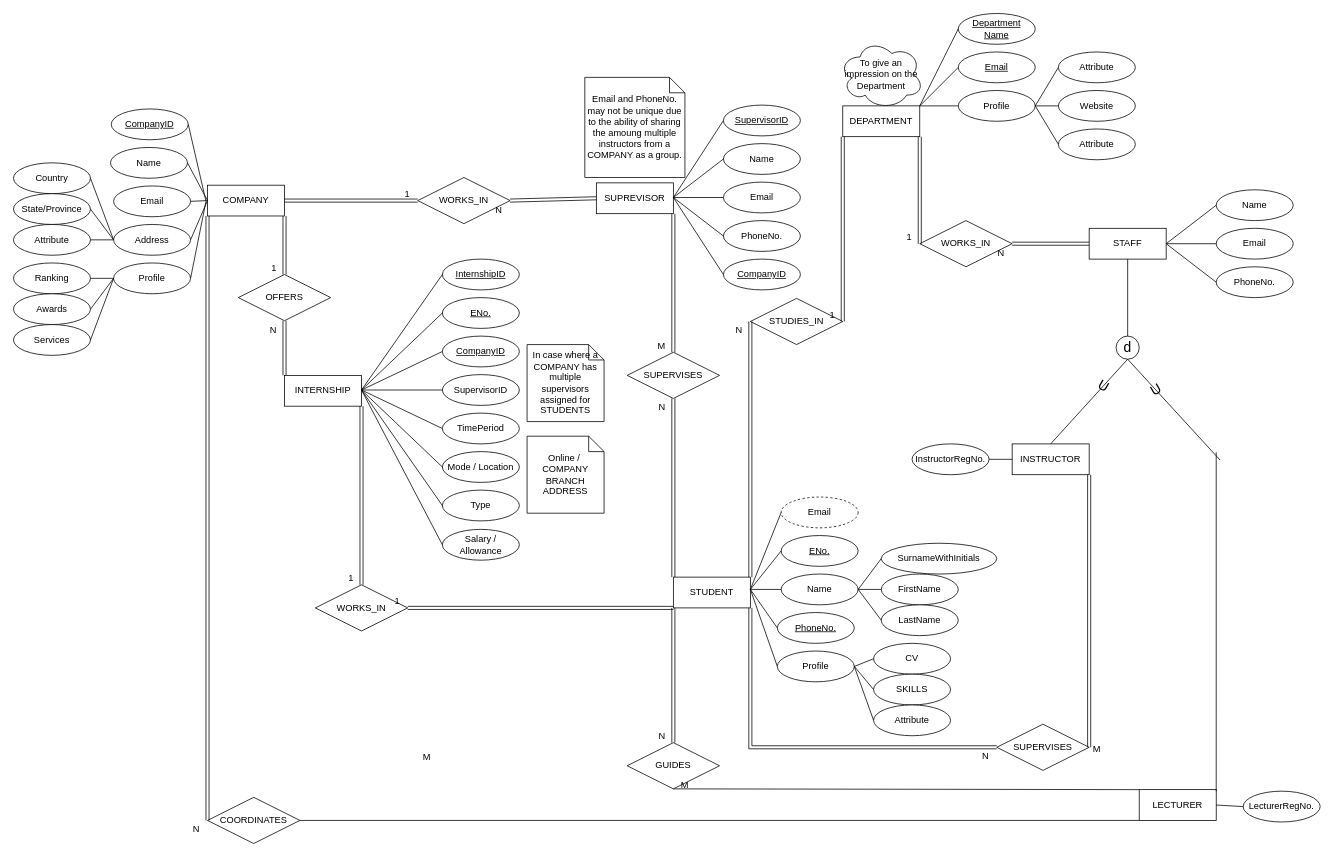
This is ER Diagram/ER_DIAGRAM2.drawio from ishanfdo18098/CO226-Database-Project, a draw.io file, before an edit. Source tidied: cells renumbered, new cells numbered last; positions are measured from the earlier drawing's top-left corner, leaving out a move shared by most shapes. Both pictures are drawn from the tidied source at 77%, with x=0, y=0 at pixel (13, 13).
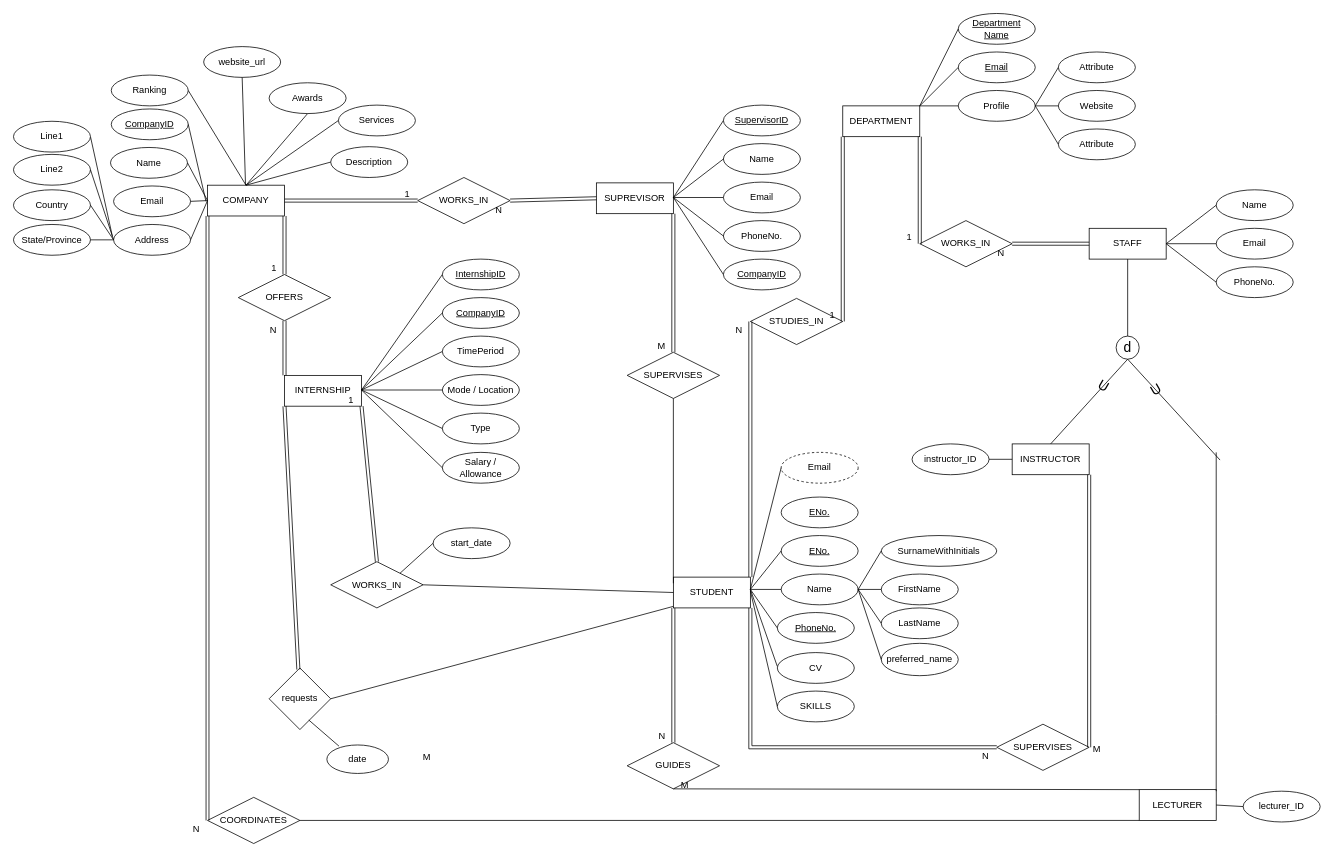
The same diagram, later.

The change refers to these unchanged cells:
```xml
<mxCell id="6" value="COMPANY" style="whiteSpace=wrap;html=1;align=center;" parent="1" vertex="1">
  <mxGeometry x="252" y="223" width="100" height="40" as="geometry" />
</mxCell>
<mxCell id="7" value="STUDENT" style="whiteSpace=wrap;html=1;align=center;" parent="1" vertex="1">
  <mxGeometry x="857" y="732" width="100" height="40" as="geometry" />
</mxCell>
<mxCell id="11" value="INTERNSHIP" style="whiteSpace=wrap;html=1;align=center;" parent="1" vertex="1">
  <mxGeometry x="352" y="470" width="100" height="40" as="geometry" />
</mxCell>
<mxCell id="29" value="SUPERVISES" style="shape=rhombus;perimeter=rhombusPerimeter;whiteSpace=wrap;html=1;align=center;" parent="1" vertex="1">
  <mxGeometry x="797" y="440" width="120" height="60" as="geometry" />
</mxCell>
<mxCell id="55" value="COORDINATES" style="shape=rhombus;perimeter=rhombusPerimeter;whiteSpace=wrap;html=1;align=center;" parent="1" vertex="1">
  <mxGeometry x="252" y="1018" width="120" height="60" as="geometry" />
</mxCell>
<mxCell id="91" value="Name" style="ellipse;whiteSpace=wrap;html=1;align=center;" parent="1" vertex="1">
  <mxGeometry x="997" y="728" width="100" height="40" as="geometry" />
</mxCell>
<mxCell id="125" value="Address" style="ellipse;whiteSpace=wrap;html=1;align=center;" parent="1" vertex="1">
  <mxGeometry x="130" y="274" width="100" height="40" as="geometry" />
</mxCell>
```

Change to the diagram source:
```diff
@@
-    <mxCell id="2" value="Email and PhoneNo. may not be unique due to the ability of sharing the amoung multiple instructors from a COMPANY as a group." style="shape=note;size=20;whiteSpace=wrap;html=1;" parent="1" vertex="1">
-      <mxGeometry x="742" y="83" width="130" height="130" as="geometry" />
-    </mxCell>
-    <mxCell id="3" value="To give an impression on the Department" style="ellipse;shape=cloud;whiteSpace=wrap;html=1;align=center;" parent="1" vertex="1">
-      <mxGeometry x="1072" y="34" width="110" height="90" as="geometry" />
-    </mxCell>
@@
-    <mxCell id="12" value="In case where a COMPANY has multiple supervisors assigned for STUDENTS" style="shape=note;size=20;whiteSpace=wrap;html=1;" parent="1" vertex="1">
-      <mxGeometry x="667" y="430" width="100" height="100" as="geometry" />
-    </mxCell>
-    <mxCell id="13" value="Online /&amp;nbsp; COMPANY BRANCH ADDRESS" style="shape=note;size=20;whiteSpace=wrap;html=1;" parent="1" vertex="1">
-      <mxGeometry x="667" y="549" width="100" height="100" as="geometry" />
-    </mxCell>
@@
     <mxCell id="24" value="WORKS_IN" style="shape=rhombus;perimeter=rhombusPerimeter;whiteSpace=wrap;html=1;align=center;" parent="1" vertex="1">
-      <mxGeometry x="392" y="742" width="120" height="60" as="geometry" />
+      <mxGeometry x="412" y="712" width="120" height="60" as="geometry" />
     </mxCell>
-    <mxCell id="25" style="shape=link;html=1;rounded=0;exitX=0;exitY=1;exitDx=0;exitDy=0;entryX=1;entryY=0.5;entryDx=0;entryDy=0;" parent="1" edge="1" source="7" target="24">
-      <mxGeometry relative="1" as="geometry" />
-    </mxCell>
-    <mxCell id="26" value="1" style="html=1;align=right;verticalAlign=bottom;" parent="25" vertex="1">
-      <mxGeometry x="1" relative="1" as="geometry">
-        <mxPoint x="-10" as="offset" />
-      </mxGeometry>
-    </mxCell>
-    <mxCell id="27" style="shape=link;html=1;rounded=0;exitX=1;exitY=1;exitDx=0;exitDy=0;entryX=0.5;entryY=0;entryDx=0;entryDy=0;" parent="1" edge="1" source="11" target="24">
+    <mxCell id="27" style="shape=link;html=1;rounded=0;exitX=0.5;exitY=0;exitDx=0;exitDy=0;entryX=1;entryY=1;entryDx=0;entryDy=0;" parent="1" edge="1" source="24" target="11">
       <mxGeometry relative="1" as="geometry" />
     </mxCell>
@@
-    <mxCell id="30" style="shape=link;html=1;rounded=0;entryX=0.5;entryY=1;entryDx=0;entryDy=0;exitX=0;exitY=0;exitDx=0;exitDy=0;" parent="1" edge="1" source="7" target="29">
-      <mxGeometry relative="1" as="geometry" />
-    </mxCell>
-    <mxCell id="31" value="N" style="html=1;align=right;verticalAlign=bottom;" parent="30" vertex="1">
-      <mxGeometry x="1" relative="1" as="geometry">
-        <mxPoint x="-10" y="20" as="offset" />
-      </mxGeometry>
-    </mxCell>
@@
-    <mxCell id="56" style="shape=link;html=1;rounded=0;entryX=0;entryY=0.5;entryDx=0;entryDy=0;exitX=0;exitY=1;exitDx=0;exitDy=0;" parent="1" edge="1" source="6" target="55">
+    <mxCell id="56" style="shape=link;html=1;rounded=0;entryX=0;entryY=0.5;entryDx=0;entryDy=0;exitX=0;exitY=1;exitDx=0;exitDy=0;width=3.793103448275863;" parent="1" edge="1" source="6" target="55">
       <mxGeometry relative="1" as="geometry" />
     </mxCell>
@@
-    <mxCell id="75" value="ENo." style="ellipse;whiteSpace=wrap;html=1;align=center;fontStyle=4;" parent="1" vertex="1">
-      <mxGeometry x="557" y="369" width="100" height="40" as="geometry" />
-    </mxCell>
     <mxCell id="76" value="&lt;u&gt;CompanyID&lt;/u&gt;" style="ellipse;whiteSpace=wrap;html=1;align=center;" parent="1" vertex="1">
-      <mxGeometry x="557" y="419" width="100" height="40" as="geometry" />
+      <mxGeometry x="557" y="369" width="100" height="40" as="geometry" />
     </mxCell>
-    <mxCell id="77" value="SupervisorID" style="ellipse;whiteSpace=wrap;html=1;align=center;" parent="1" vertex="1">
-      <mxGeometry x="557" y="469" width="100" height="40" as="geometry" />
-    </mxCell>
     <mxCell id="78" value="TimePeriod" style="ellipse;whiteSpace=wrap;html=1;align=center;" parent="1" vertex="1">
-      <mxGeometry x="557" y="519" width="100" height="40" as="geometry" />
+      <mxGeometry x="557" y="419" width="100" height="40" as="geometry" />
     </mxCell>
     <mxCell id="79" value="Mode / Location" style="ellipse;whiteSpace=wrap;html=1;align=center;" parent="1" vertex="1">
-      <mxGeometry x="557" y="569" width="100" height="40" as="geometry" />
+      <mxGeometry x="557" y="469" width="100" height="40" as="geometry" />
     </mxCell>
@@
     <mxCell id="81" value="Type" style="ellipse;whiteSpace=wrap;html=1;align=center;" parent="1" vertex="1">
-      <mxGeometry x="557" y="619" width="100" height="40" as="geometry" />
+      <mxGeometry x="557" y="519" width="100" height="40" as="geometry" />
     </mxCell>
     <mxCell id="82" value="Salary / Allowance" style="ellipse;whiteSpace=wrap;html=1;align=center;" parent="1" vertex="1">
-      <mxGeometry x="557" y="670" width="100" height="40" as="geometry" />
+      <mxGeometry x="557" y="570" width="100" height="40" as="geometry" />
     </mxCell>
@@
-    <mxCell id="86" style="endArrow=none;html=1;rounded=0;entryX=0;entryY=0.5;entryDx=0;entryDy=0;exitX=1;exitY=0.5;exitDx=0;exitDy=0;" parent="1" edge="1" target="75">
-      <mxGeometry relative="1" as="geometry">
-        <mxPoint x="452" y="489" as="sourcePoint" />
-      </mxGeometry>
-    </mxCell>
@@
-    <mxCell id="88" style="endArrow=none;html=1;rounded=0;entryX=0;entryY=0.5;entryDx=0;entryDy=0;exitX=1;exitY=0.5;exitDx=0;exitDy=0;" parent="1" edge="1" target="77">
-      <mxGeometry relative="1" as="geometry">
-        <mxPoint x="452" y="489" as="sourcePoint" />
-      </mxGeometry>
-    </mxCell>
@@
     <mxCell id="93" value="SurnameWithInitials" style="ellipse;whiteSpace=wrap;html=1;align=center;" parent="1" vertex="1">
-      <mxGeometry x="1127" y="688" width="150" height="40" as="geometry" />
+      <mxGeometry x="1127" y="678" width="150" height="40" as="geometry" />
     </mxCell>
@@
     <mxCell id="95" value="LastName" style="ellipse;whiteSpace=wrap;html=1;align=center;" parent="1" vertex="1">
-      <mxGeometry x="1127" y="768" width="100" height="40" as="geometry" />
+      <mxGeometry x="1127" y="772" width="100" height="40" as="geometry" />
     </mxCell>
@@
     <mxCell id="101" value="Email" style="ellipse;whiteSpace=wrap;html=1;align=center;dashed=1;" parent="1" vertex="1">
-      <mxGeometry x="997" y="628" width="100" height="40" as="geometry" />
+      <mxGeometry x="997" y="570" width="100" height="40" as="geometry" />
     </mxCell>
-    <mxCell id="102" style="endArrow=none;html=1;rounded=0;entryX=1;entryY=0.5;entryDx=0;entryDy=0;exitX=0;exitY=0.5;exitDx=0;exitDy=0;" parent="1" edge="1" source="106">
+    <mxCell id="102" style="endArrow=none;html=1;rounded=0;entryX=1;entryY=0.5;entryDx=0;entryDy=0;exitX=0;exitY=0.5;exitDx=0;exitDy=0;" parent="1" edge="1">
       <mxGeometry relative="1" as="geometry">
+        <mxPoint x="992" y="848" as="sourcePoint" />
         <mxPoint x="957" y="748" as="targetPoint" />
       </mxGeometry>
     </mxCell>
@@
-    <mxCell id="106" value="Profile" style="ellipse;whiteSpace=wrap;html=1;align=center;" parent="1" vertex="1">
-      <mxGeometry x="992" y="828" width="100" height="40" as="geometry" />
-    </mxCell>
     <mxCell id="107" value="CV" style="ellipse;whiteSpace=wrap;html=1;align=center;" parent="1" vertex="1">
-      <mxGeometry x="1117" y="818" width="100" height="40" as="geometry" />
+      <mxGeometry x="992" y="830" width="100" height="40" as="geometry" />
     </mxCell>
     <mxCell id="108" value="SKILLS" style="ellipse;whiteSpace=wrap;html=1;align=center;" parent="1" vertex="1">
-      <mxGeometry x="1117" y="858" width="100" height="40" as="geometry" />
+      <mxGeometry x="992" y="880" width="100" height="40" as="geometry" />
     </mxCell>
-    <mxCell id="109" value="Attribute" style="ellipse;whiteSpace=wrap;html=1;align=center;" parent="1" vertex="1">
-      <mxGeometry x="1117" y="898" width="100" height="40" as="geometry" />
-    </mxCell>
-    <mxCell id="110" style="endArrow=none;html=1;rounded=0;entryX=1;entryY=0.5;entryDx=0;entryDy=0;exitX=0;exitY=0.5;exitDx=0;exitDy=0;" parent="1" edge="1" source="109" target="106">
-      <mxGeometry relative="1" as="geometry" />
-    </mxCell>
-    <mxCell id="111" style="endArrow=none;html=1;rounded=0;entryX=1;entryY=0.5;entryDx=0;entryDy=0;exitX=0;exitY=0.5;exitDx=0;exitDy=0;" parent="1" edge="1" source="108" target="106">
-      <mxGeometry relative="1" as="geometry" />
-    </mxCell>
-    <mxCell id="112" style="endArrow=none;html=1;rounded=0;entryX=1;entryY=0.5;entryDx=0;entryDy=0;exitX=0;exitY=0.5;exitDx=0;exitDy=0;" parent="1" edge="1" source="107" target="106">
-      <mxGeometry relative="1" as="geometry" />
-    </mxCell>
@@
-    <mxCell id="114" style="endArrow=none;html=1;rounded=0;entryX=1;entryY=0.5;entryDx=0;entryDy=0;exitX=1;exitY=0.5;exitDx=0;exitDy=0;" parent="1" edge="1" source="115">
-      <mxGeometry relative="1" as="geometry">
-        <mxPoint x="250" y="244" as="targetPoint" />
-      </mxGeometry>
-    </mxCell>
-    <mxCell id="115" value="Profile" style="ellipse;whiteSpace=wrap;html=1;align=center;" parent="1" vertex="1">
-      <mxGeometry x="130" y="324" width="100" height="40" as="geometry" />
-    </mxCell>
     <mxCell id="116" value="Ranking" style="ellipse;whiteSpace=wrap;html=1;align=center;" parent="1" vertex="1">
-      <mxGeometry y="324" width="100" height="40" as="geometry" />
+      <mxGeometry x="127" y="80" width="100" height="40" as="geometry" />
     </mxCell>
     <mxCell id="117" value="Awards" style="ellipse;whiteSpace=wrap;html=1;align=center;" parent="1" vertex="1">
-      <mxGeometry y="364" width="100" height="40" as="geometry" />
+      <mxGeometry x="332" y="90" width="100" height="40" as="geometry" />
     </mxCell>
     <mxCell id="118" value="Services" style="ellipse;whiteSpace=wrap;html=1;align=center;" parent="1" vertex="1">
-      <mxGeometry y="404" width="100" height="40" as="geometry" />
+      <mxGeometry x="422" y="119" width="100" height="40" as="geometry" />
     </mxCell>
-    <mxCell id="119" style="endArrow=none;html=1;rounded=0;entryX=0;entryY=0.5;entryDx=0;entryDy=0;exitX=1;exitY=0.5;exitDx=0;exitDy=0;" parent="1" edge="1" source="118" target="115">
+    <mxCell id="119" style="endArrow=none;html=1;rounded=0;entryX=0.5;entryY=0;entryDx=0;entryDy=0;exitX=0;exitY=0.5;exitDx=0;exitDy=0;" parent="1" edge="1" source="118" target="6">
       <mxGeometry relative="1" as="geometry" />
     </mxCell>
-    <mxCell id="120" style="endArrow=none;html=1;rounded=0;entryX=0;entryY=0.5;entryDx=0;entryDy=0;exitX=1;exitY=0.5;exitDx=0;exitDy=0;" parent="1" edge="1" source="117" target="115">
+    <mxCell id="120" style="endArrow=none;html=1;rounded=0;entryX=0.5;entryY=0;entryDx=0;entryDy=0;exitX=0.5;exitY=1;exitDx=0;exitDy=0;" parent="1" edge="1" source="117" target="6">
       <mxGeometry relative="1" as="geometry" />
     </mxCell>
-    <mxCell id="121" style="endArrow=none;html=1;rounded=0;entryX=0;entryY=0.5;entryDx=0;entryDy=0;exitX=1;exitY=0.5;exitDx=0;exitDy=0;" parent="1" edge="1" source="116" target="115">
+    <mxCell id="121" style="endArrow=none;html=1;rounded=0;entryX=0.5;entryY=0;entryDx=0;entryDy=0;exitX=1;exitY=0.5;exitDx=0;exitDy=0;" parent="1" edge="1" source="116" target="6">
       <mxGeometry relative="1" as="geometry" />
     </mxCell>
@@
     <mxCell id="126" value="Country" style="ellipse;whiteSpace=wrap;html=1;align=center;" parent="1" vertex="1">
-      <mxGeometry y="194" width="100" height="40" as="geometry" />
+      <mxGeometry y="229" width="100" height="40" as="geometry" />
     </mxCell>
     <mxCell id="127" value="State/Province" style="ellipse;whiteSpace=wrap;html=1;align=center;" parent="1" vertex="1">
-      <mxGeometry y="234" width="100" height="40" as="geometry" />
+      <mxGeometry y="274" width="100" height="40" as="geometry" />
     </mxCell>
-    <mxCell id="128" value="Attribute" style="ellipse;whiteSpace=wrap;html=1;align=center;" parent="1" vertex="1">
-      <mxGeometry y="274" width="100" height="40" as="geometry" />
-    </mxCell>
-    <mxCell id="129" style="endArrow=none;html=1;rounded=0;exitX=1;exitY=0.5;exitDx=0;exitDy=0;entryX=0;entryY=0.5;entryDx=0;entryDy=0;" parent="1" edge="1" source="128" target="125">
-      <mxGeometry relative="1" as="geometry" />
-    </mxCell>
@@
-    <mxCell id="151" value="InstructorRegNo." style="ellipse;whiteSpace=wrap;html=1;align=center;" parent="1" vertex="1">
+    <mxCell id="151" value="instructor_ID" style="ellipse;whiteSpace=wrap;html=1;align=center;" parent="1" vertex="1">
       <mxGeometry x="1167" y="559" width="100" height="40" as="geometry" />
     </mxCell>
-    <mxCell id="152" value="LecturerRegNo." style="ellipse;whiteSpace=wrap;html=1;align=center;" parent="1" vertex="1">
+    <mxCell id="152" value="lecturer_ID" style="ellipse;whiteSpace=wrap;html=1;align=center;" parent="1" vertex="1">
       <mxGeometry x="1597" y="1010" width="100" height="40" as="geometry" />
     </mxCell>
@@
+    <mxCell id="158" value="requests" style="rhombus;whiteSpace=wrap;html=1;" parent="1" vertex="1">
+      <mxGeometry x="332" y="850" width="80" height="80" as="geometry" />
+    </mxCell>
+    <mxCell id="159" style="endArrow=none;html=1;rounded=0;shape=link;entryX=0;entryY=1;entryDx=0;entryDy=0;" parent="1" edge="1" source="158" target="11">
+      <mxGeometry relative="1" as="geometry" />
+    </mxCell>
+    <mxCell id="160" value="date" style="ellipse;whiteSpace=wrap;html=1;" parent="1" vertex="1">
+      <mxGeometry x="407" y="950" width="80" height="37" as="geometry" />
+    </mxCell>
+    <mxCell id="161" style="endArrow=none;html=1;rounded=0;exitX=0.645;exitY=0.846;exitDx=0;exitDy=0;exitPerimeter=0;entryX=0.196;entryY=0.04;entryDx=0;entryDy=0;entryPerimeter=0;" parent="1" edge="1" source="158" target="160">
+      <mxGeometry relative="1" as="geometry" />
+    </mxCell>
+    <mxCell id="162" style="endArrow=none;html=1;rounded=0;exitX=1;exitY=0.5;exitDx=0;exitDy=0;entryX=-0.016;entryY=0.377;entryDx=0;entryDy=0;entryPerimeter=0;" parent="1" edge="1" source="163" target="125">
+      <mxGeometry relative="1" as="geometry" />
+    </mxCell>
+    <mxCell id="163" value="Line1" style="ellipse;whiteSpace=wrap;html=1;align=center;" parent="1" vertex="1">
+      <mxGeometry y="140" width="100" height="40" as="geometry" />
+    </mxCell>
+    <mxCell id="164" value="Line2" style="ellipse;whiteSpace=wrap;html=1;align=center;" parent="1" vertex="1">
+      <mxGeometry y="183" width="100" height="40" as="geometry" />
+    </mxCell>
+    <mxCell id="165" style="endArrow=none;html=1;rounded=0;exitX=1;exitY=0.5;exitDx=0;exitDy=0;entryX=0;entryY=0.5;entryDx=0;entryDy=0;" parent="1" edge="1" source="164" target="125">
+      <mxGeometry relative="1" as="geometry" />
+    </mxCell>
+    <mxCell id="166" value="Description" style="ellipse;whiteSpace=wrap;html=1;align=center;" parent="1" vertex="1">
+      <mxGeometry x="412" y="173" width="100" height="40" as="geometry" />
+    </mxCell>
+    <mxCell id="167" style="endArrow=none;html=1;rounded=0;entryX=0.5;entryY=0;entryDx=0;entryDy=0;exitX=0;exitY=0.5;exitDx=0;exitDy=0;" parent="1" edge="1" source="166" target="6">
+      <mxGeometry relative="1" as="geometry" />
+    </mxCell>
+    <mxCell id="168" value="website_url" style="ellipse;whiteSpace=wrap;html=1;align=center;" parent="1" vertex="1">
+      <mxGeometry x="247" y="43" width="100" height="40" as="geometry" />
+    </mxCell>
+    <mxCell id="169" style="endArrow=none;html=1;rounded=0;exitX=0.5;exitY=1;exitDx=0;exitDy=0;" parent="1" edge="1" source="168" target="6">
+      <mxGeometry relative="1" as="geometry" />
+    </mxCell>
+    <mxCell id="170" style="endArrow=none;html=1;rounded=0;exitX=1;exitY=0.5;exitDx=0;exitDy=0;entryX=0;entryY=0.5;entryDx=0;entryDy=0;" parent="1" edge="1" source="24" target="7">
+      <mxGeometry relative="1" as="geometry" />
+    </mxCell>
+    <mxCell id="171" style="endArrow=none;html=1;rounded=0;exitX=0;exitY=0.5;exitDx=0;exitDy=0;" parent="1" edge="1" source="108">
+      <mxGeometry relative="1" as="geometry">
+        <mxPoint x="957" y="750" as="targetPoint" />
+      </mxGeometry>
+    </mxCell>
+    <mxCell id="172" value="preferred_name" style="ellipse;whiteSpace=wrap;html=1;align=center;" parent="1" vertex="1">
+      <mxGeometry x="1127" y="818" width="100" height="42" as="geometry" />
+    </mxCell>
+    <mxCell id="173" style="endArrow=none;html=1;rounded=0;entryX=1;entryY=0.5;entryDx=0;entryDy=0;exitX=0;exitY=0.5;exitDx=0;exitDy=0;" parent="1" edge="1" source="172" target="91">
+      <mxGeometry relative="1" as="geometry" />
+    </mxCell>
+    <mxCell id="174" style="endArrow=none;html=1;rounded=0;exitX=0.5;exitY=1;exitDx=0;exitDy=0;" parent="1" edge="1" source="29">
+      <mxGeometry relative="1" as="geometry">
+        <mxPoint x="857" y="740" as="targetPoint" />
+      </mxGeometry>
+    </mxCell>
+    <mxCell id="175" style="endArrow=none;html=1;rounded=0;exitX=1;exitY=0.5;exitDx=0;exitDy=0;" parent="1" edge="1" source="158">
+      <mxGeometry relative="1" as="geometry">
+        <mxPoint x="857" y="770" as="targetPoint" />
+      </mxGeometry>
+    </mxCell>
+    <mxCell id="176" value="start_date" style="ellipse;whiteSpace=wrap;html=1;align=center;" parent="1" vertex="1">
+      <mxGeometry x="545" y="668" width="100" height="40" as="geometry" />
+    </mxCell>
+    <mxCell id="177" style="endArrow=none;html=1;rounded=0;exitX=0;exitY=0.5;exitDx=0;exitDy=0;entryX=1;entryY=0;entryDx=0;entryDy=0;" parent="1" edge="1" source="176" target="24">
+      <mxGeometry relative="1" as="geometry" />
+    </mxCell>
+    <mxCell id="75" value="ENo." style="ellipse;whiteSpace=wrap;html=1;align=center;fontStyle=4;" parent="1" vertex="1">
+      <mxGeometry x="997" y="628" width="100" height="40" as="geometry" />
+    </mxCell>
```
